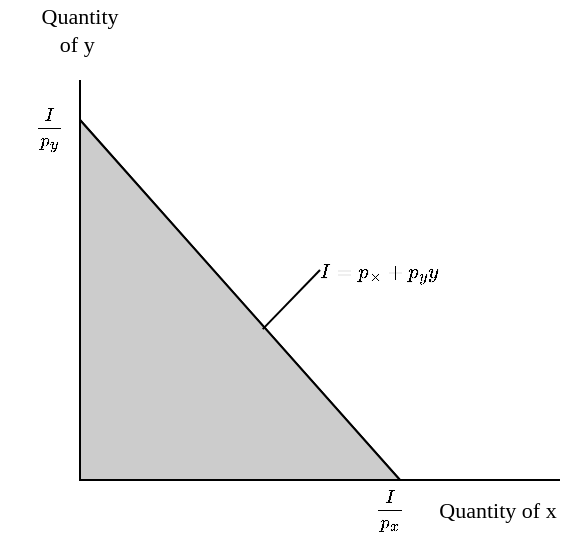
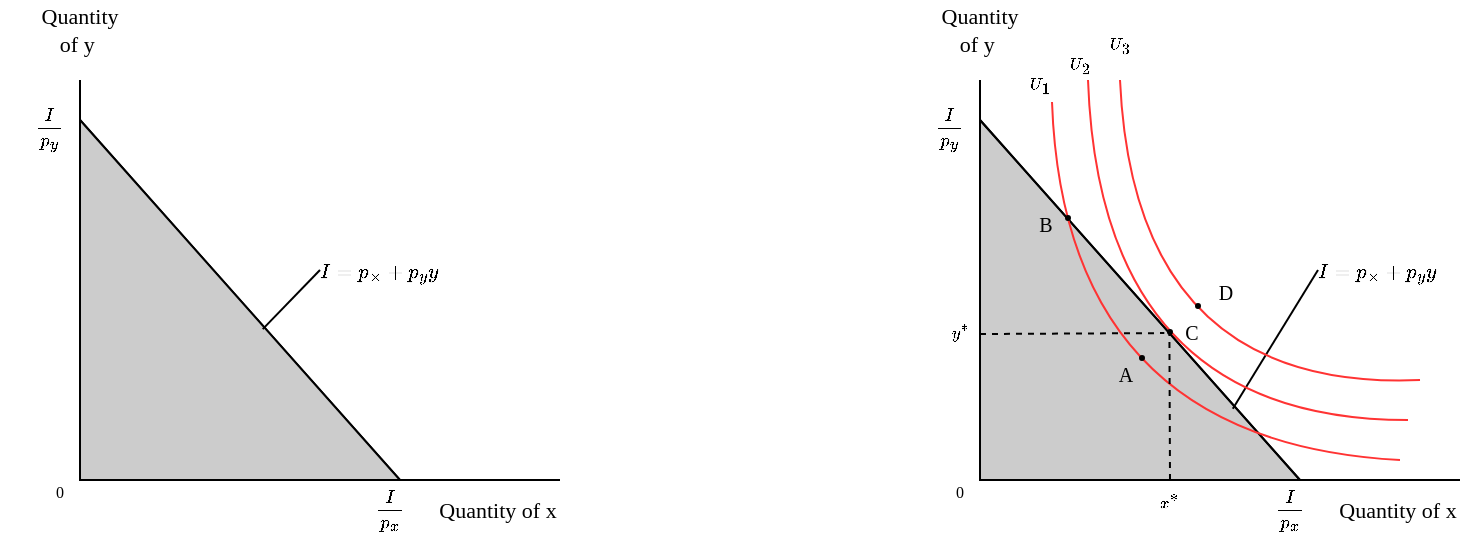
<mxfile host="app.diagrams.net">
  <diagram name="第 1 页" id="rVD2owS_2f3hyvUlyj3O">
-     <mxGraphModel dx="999" dy="425" grid="1" gridSize="10" guides="1" tooltips="1" connect="1" arrows="1" fold="1" page="1" pageScale="1" pageWidth="827" pageHeight="1169" math="1" shadow="0">
+     <mxGraphModel dx="553" dy="304" grid="1" gridSize="10" guides="1" tooltips="1" connect="1" arrows="1" fold="1" page="1" pageScale="1" pageWidth="827" pageHeight="1169" math="1" shadow="0">
      <root>
        <mxCell id="0" />
        <mxCell id="1" parent="0" />
        <mxCell id="XGt2oDZmyKcjc_1oCb_j-1" edge="1" parent="1" style="endArrow=none;html=1;rounded=0;" value="">
          <mxGeometry height="50" relative="1" width="50" as="geometry">
            <mxPoint x="160" y="280" as="sourcePoint" />
            <mxPoint x="400" y="280" as="targetPoint" />
          </mxGeometry>
        </mxCell>
        <mxCell id="XGt2oDZmyKcjc_1oCb_j-2" edge="1" parent="1" style="endArrow=none;html=1;rounded=0;" value="">
          <mxGeometry height="50" relative="1" width="50" as="geometry">
            <mxPoint x="160" y="280" as="sourcePoint" />
            <mxPoint x="160" y="80" as="targetPoint" />
          </mxGeometry>
        </mxCell>
        <mxCell id="XGt2oDZmyKcjc_1oCb_j-3" parent="1" style="text;html=1;whiteSpace=wrap;strokeColor=none;fillColor=none;align=center;verticalAlign=middle;rounded=0;fontSize=11;" value="&lt;font face=&quot;Times New Roman&quot;&gt;Quantity of x&lt;/font&gt;" vertex="1">
          <mxGeometry height="30" width="80" x="329" y="280" as="geometry" />
        </mxCell>
        <mxCell id="XGt2oDZmyKcjc_1oCb_j-4" parent="1" style="text;html=1;whiteSpace=wrap;strokeColor=none;fillColor=none;align=center;verticalAlign=middle;rounded=0;fontSize=11;" value="&lt;font face=&quot;Times New Roman&quot;&gt;Quantity&lt;/font&gt;&lt;div&gt;&lt;font face=&quot;Times New Roman&quot;&gt;of y&amp;nbsp;&lt;/font&gt;&lt;/div&gt;" vertex="1">
          <mxGeometry height="30" width="80" x="120" y="40" as="geometry" />
        </mxCell>
        <mxCell id="XGt2oDZmyKcjc_1oCb_j-5" edge="1" parent="1" style="endArrow=none;html=1;rounded=0;" value="">
          <mxGeometry height="50" relative="1" width="50" as="geometry">
            <mxPoint x="160" y="100" as="sourcePoint" />
            <mxPoint x="320" y="280" as="targetPoint" />
          </mxGeometry>
        </mxCell>
        <mxCell id="XGt2oDZmyKcjc_1oCb_j-7" parent="1" style="verticalLabelPosition=bottom;verticalAlign=top;html=1;shape=mxgraph.basic.orthogonal_triangle;fillColor=#CCCCCC;" value="" vertex="1">
          <mxGeometry height="180" width="160" x="160" y="100" as="geometry" />
        </mxCell>
        <mxCell id="XGt2oDZmyKcjc_1oCb_j-8" parent="1" style="text;html=1;whiteSpace=wrap;strokeColor=none;fillColor=none;align=center;verticalAlign=middle;rounded=0;" value="&lt;font face=&quot;Times New Roman&quot; style=&quot;font-size: 9px;&quot;&gt;`\frac{I}{p_y}`&lt;/font&gt;" vertex="1">
          <mxGeometry height="30" width="30" x="130" y="90" as="geometry" />
        </mxCell>
        <mxCell id="XGt2oDZmyKcjc_1oCb_j-9" parent="1" style="text;html=1;whiteSpace=wrap;strokeColor=none;fillColor=none;align=center;verticalAlign=middle;rounded=0;" value="&lt;font face=&quot;Times New Roman&quot; style=&quot;font-size: 9px;&quot;&gt;`\frac{I}{p_x}`&lt;/font&gt;" vertex="1">
          <mxGeometry height="30" width="30" x="300" y="280" as="geometry" />
        </mxCell>
        <mxCell id="XGt2oDZmyKcjc_1oCb_j-10" parent="1" style="text;html=1;whiteSpace=wrap;strokeColor=none;fillColor=none;align=center;verticalAlign=middle;rounded=0;" value="&lt;font face=&quot;Times New Roman&quot;&gt;&lt;span style=&quot;font-size: 10px;&quot;&gt;`I=p_xx+p_yy`&lt;/span&gt;&lt;/font&gt;" vertex="1">
          <mxGeometry height="30" width="60" x="280" y="160" as="geometry" />
        </mxCell>
        <mxCell id="XGt2oDZmyKcjc_1oCb_j-11" edge="1" parent="1" source="XGt2oDZmyKcjc_1oCb_j-10" style="rounded=0;orthogonalLoop=1;jettySize=auto;html=1;entryX=0.571;entryY=0.581;entryDx=0;entryDy=0;entryPerimeter=0;endArrow=none;endFill=0;exitX=0;exitY=0.5;exitDx=0;exitDy=0;" target="XGt2oDZmyKcjc_1oCb_j-7">
          <mxGeometry relative="1" as="geometry" />
        </mxCell>
+         <mxCell id="ITpWLFl8DZScjxPsJFJA-1" edge="1" parent="1" style="endArrow=none;html=1;rounded=0;" value="">
+           <mxGeometry height="50" relative="1" width="50" as="geometry">
+             <mxPoint x="610" y="280" as="sourcePoint" />
+             <mxPoint x="850" y="280" as="targetPoint" />
+           </mxGeometry>
+         </mxCell>
+         <mxCell id="ITpWLFl8DZScjxPsJFJA-2" edge="1" parent="1" style="endArrow=none;html=1;rounded=0;" value="">
+           <mxGeometry height="50" relative="1" width="50" as="geometry">
+             <mxPoint x="610" y="280" as="sourcePoint" />
+             <mxPoint x="610" y="80" as="targetPoint" />
+           </mxGeometry>
+         </mxCell>
+         <mxCell id="ITpWLFl8DZScjxPsJFJA-3" parent="1" style="text;html=1;whiteSpace=wrap;strokeColor=none;fillColor=none;align=center;verticalAlign=middle;rounded=0;fontSize=11;" value="&lt;font face=&quot;Times New Roman&quot;&gt;Quantity of x&lt;/font&gt;" vertex="1">
+           <mxGeometry height="30" width="80" x="779" y="280" as="geometry" />
+         </mxCell>
+         <mxCell id="ITpWLFl8DZScjxPsJFJA-6" parent="1" style="verticalLabelPosition=bottom;verticalAlign=top;html=1;shape=mxgraph.basic.orthogonal_triangle;fillColor=#CCCCCC;" value="" vertex="1">
+           <mxGeometry height="180" width="160" x="610" y="100" as="geometry" />
+         </mxCell>
+         <mxCell id="ITpWLFl8DZScjxPsJFJA-4" parent="1" style="text;html=1;whiteSpace=wrap;strokeColor=none;fillColor=none;align=center;verticalAlign=middle;rounded=0;fontSize=11;" value="&lt;font face=&quot;Times New Roman&quot;&gt;Quantity&lt;/font&gt;&lt;div&gt;&lt;font face=&quot;Times New Roman&quot;&gt;of y&amp;nbsp;&lt;/font&gt;&lt;/div&gt;" vertex="1">
+           <mxGeometry height="30" width="80" x="570" y="40" as="geometry" />
+         </mxCell>
+         <mxCell id="ITpWLFl8DZScjxPsJFJA-5" edge="1" parent="1" style="endArrow=none;html=1;rounded=0;" value="">
+           <mxGeometry height="50" relative="1" width="50" as="geometry">
+             <mxPoint x="610" y="100" as="sourcePoint" />
+             <mxPoint x="770" y="280" as="targetPoint" />
+           </mxGeometry>
+         </mxCell>
+         <mxCell id="ITpWLFl8DZScjxPsJFJA-7" parent="1" style="text;html=1;whiteSpace=wrap;strokeColor=none;fillColor=none;align=center;verticalAlign=middle;rounded=0;" value="&lt;font face=&quot;Times New Roman&quot; style=&quot;font-size: 9px;&quot;&gt;`\frac{I}{p_y}`&lt;/font&gt;" vertex="1">
+           <mxGeometry height="30" width="30" x="580" y="90" as="geometry" />
+         </mxCell>
+         <mxCell id="ITpWLFl8DZScjxPsJFJA-8" parent="1" style="text;html=1;whiteSpace=wrap;strokeColor=none;fillColor=none;align=center;verticalAlign=middle;rounded=0;" value="&lt;font face=&quot;Times New Roman&quot; style=&quot;font-size: 9px;&quot;&gt;`\frac{I}{p_x}`&lt;/font&gt;" vertex="1">
+           <mxGeometry height="30" width="30" x="750" y="280" as="geometry" />
+         </mxCell>
+         <mxCell id="ITpWLFl8DZScjxPsJFJA-9" parent="1" style="text;html=1;whiteSpace=wrap;strokeColor=none;fillColor=none;align=center;verticalAlign=middle;rounded=0;" value="&lt;font face=&quot;Times New Roman&quot;&gt;&lt;span style=&quot;font-size: 10px;&quot;&gt;`I=p_xx+p_yy`&lt;/span&gt;&lt;/font&gt;" vertex="1">
+           <mxGeometry height="30" width="60" x="779" y="160" as="geometry" />
+         </mxCell>
+         <mxCell id="ITpWLFl8DZScjxPsJFJA-10" edge="1" parent="1" source="ITpWLFl8DZScjxPsJFJA-9" style="rounded=0;orthogonalLoop=1;jettySize=auto;html=1;entryX=0.79;entryY=0.802;entryDx=0;entryDy=0;entryPerimeter=0;endArrow=none;endFill=0;exitX=0;exitY=0.5;exitDx=0;exitDy=0;" target="ITpWLFl8DZScjxPsJFJA-6">
+           <mxGeometry relative="1" as="geometry" />
+         </mxCell>
+         <mxCell id="ITpWLFl8DZScjxPsJFJA-11" edge="1" parent="1" style="endArrow=none;html=1;rounded=0;curved=1;strokeColor=#FF3333;" value="">
+           <mxGeometry height="50" relative="1" width="50" as="geometry">
+             <Array as="points">
+               <mxPoint x="670" y="250" />
+             </Array>
+             <mxPoint x="824" y="250" as="sourcePoint" />
+             <mxPoint x="664" y="80" as="targetPoint" />
+           </mxGeometry>
+         </mxCell>
+         <mxCell id="ITpWLFl8DZScjxPsJFJA-12" edge="1" parent="1" style="endArrow=none;html=1;rounded=0;curved=1;strokeColor=#FF3333;" value="">
+           <mxGeometry height="50" relative="1" width="50" as="geometry">
+             <Array as="points">
+               <mxPoint x="652" y="261" />
+             </Array>
+             <mxPoint x="820" y="270" as="sourcePoint" />
+             <mxPoint x="646" y="91" as="targetPoint" />
+           </mxGeometry>
+         </mxCell>
+         <mxCell id="ITpWLFl8DZScjxPsJFJA-13" edge="1" parent="1" style="endArrow=none;html=1;rounded=0;curved=1;strokeColor=#FF3333;" value="">
+           <mxGeometry height="50" relative="1" width="50" as="geometry">
+             <Array as="points">
+               <mxPoint x="687" y="236" />
+             </Array>
+             <mxPoint x="830" y="230" as="sourcePoint" />
+             <mxPoint x="680" y="80" as="targetPoint" />
+           </mxGeometry>
+         </mxCell>
+         <mxCell id="ITpWLFl8DZScjxPsJFJA-14" parent="1" style="text;html=1;whiteSpace=wrap;strokeColor=none;fillColor=none;align=center;verticalAlign=middle;rounded=0;" value="&lt;font face=&quot;Times New Roman&quot; style=&quot;font-size: 8px;&quot;&gt;`U_1`&lt;/font&gt;" vertex="1">
+           <mxGeometry height="20" width="20" x="630" y="70" as="geometry" />
+         </mxCell>
+         <mxCell id="ITpWLFl8DZScjxPsJFJA-15" parent="1" style="text;html=1;whiteSpace=wrap;strokeColor=none;fillColor=none;align=center;verticalAlign=middle;rounded=0;" value="&lt;font face=&quot;Times New Roman&quot; style=&quot;font-size: 8px;&quot;&gt;`U_2`&lt;/font&gt;" vertex="1">
+           <mxGeometry height="20" width="20" x="650" y="60" as="geometry" />
+         </mxCell>
+         <mxCell id="ITpWLFl8DZScjxPsJFJA-16" parent="1" style="text;html=1;whiteSpace=wrap;strokeColor=none;fillColor=none;align=center;verticalAlign=middle;rounded=0;" value="&lt;font face=&quot;Times New Roman&quot; style=&quot;font-size: 8px;&quot;&gt;`U_3`&lt;/font&gt;" vertex="1">
+           <mxGeometry height="20" width="20" x="670" y="50" as="geometry" />
+         </mxCell>
+         <mxCell id="ITpWLFl8DZScjxPsJFJA-17" parent="1" style="ellipse;whiteSpace=wrap;html=1;aspect=fixed;fillColor=#000000;" value="" vertex="1">
+           <mxGeometry height="2" width="2" x="704" y="205" as="geometry" />
+         </mxCell>
+         <mxCell id="ITpWLFl8DZScjxPsJFJA-18" parent="1" style="text;html=1;whiteSpace=wrap;strokeColor=none;fillColor=none;align=center;verticalAlign=middle;rounded=0;" value="&lt;font face=&quot;Times New Roman&quot;&gt;&lt;span style=&quot;font-size: 10px;&quot;&gt;C&lt;/span&gt;&lt;/font&gt;" vertex="1">
+           <mxGeometry height="16" width="14" x="709" y="198" as="geometry" />
+         </mxCell>
+         <mxCell id="ITpWLFl8DZScjxPsJFJA-19" parent="1" style="text;html=1;whiteSpace=wrap;strokeColor=none;fillColor=none;align=center;verticalAlign=middle;rounded=0;" value="&lt;font face=&quot;Times New Roman&quot;&gt;&lt;span style=&quot;font-size: 10px;&quot;&gt;B&lt;/span&gt;&lt;/font&gt;" vertex="1">
+           <mxGeometry height="16" width="14" x="636" y="144" as="geometry" />
+         </mxCell>
+         <mxCell id="ITpWLFl8DZScjxPsJFJA-20" parent="1" style="text;html=1;whiteSpace=wrap;strokeColor=none;fillColor=none;align=center;verticalAlign=middle;rounded=0;" value="&lt;font face=&quot;Times New Roman&quot;&gt;&lt;span style=&quot;font-size: 10px;&quot;&gt;A&lt;/span&gt;&lt;/font&gt;" vertex="1">
+           <mxGeometry height="16" width="14" x="676" y="219" as="geometry" />
+         </mxCell>
+         <mxCell id="ITpWLFl8DZScjxPsJFJA-21" parent="1" style="text;html=1;whiteSpace=wrap;strokeColor=none;fillColor=none;align=center;verticalAlign=middle;rounded=0;" value="&lt;font face=&quot;Times New Roman&quot;&gt;&lt;span style=&quot;font-size: 10px;&quot;&gt;D&lt;/span&gt;&lt;/font&gt;" vertex="1">
+           <mxGeometry height="16" width="14" x="726" y="178" as="geometry" />
+         </mxCell>
+         <mxCell id="ITpWLFl8DZScjxPsJFJA-22" parent="1" style="ellipse;whiteSpace=wrap;html=1;aspect=fixed;fillColor=#000000;" value="" vertex="1">
+           <mxGeometry height="2" width="2" x="718" y="192.00000000000006" as="geometry" />
+         </mxCell>
+         <mxCell id="ITpWLFl8DZScjxPsJFJA-23" parent="1" style="ellipse;whiteSpace=wrap;html=1;aspect=fixed;fillColor=#000000;" value="" vertex="1">
+           <mxGeometry height="2" width="2" x="690" y="218.00000000000006" as="geometry" />
+         </mxCell>
+         <mxCell id="ITpWLFl8DZScjxPsJFJA-24" parent="1" style="ellipse;whiteSpace=wrap;html=1;aspect=fixed;fillColor=#000000;" value="" vertex="1">
+           <mxGeometry height="2" width="2" x="653" y="148.00000000000006" as="geometry" />
+         </mxCell>
+         <mxCell id="ITpWLFl8DZScjxPsJFJA-25" edge="1" parent="1" style="endArrow=none;dashed=1;html=1;rounded=0;entryX=0.576;entryY=0.603;entryDx=0;entryDy=0;entryPerimeter=0;strokeWidth=1;" value="">
+           <mxGeometry height="50" relative="1" width="50" as="geometry">
+             <mxPoint x="610" y="207" as="sourcePoint" />
+             <mxPoint x="702.1599999999999" y="206.53999999999996" as="targetPoint" />
+           </mxGeometry>
+         </mxCell>
+         <mxCell id="ITpWLFl8DZScjxPsJFJA-26" edge="1" parent="1" source="ITpWLFl8DZScjxPsJFJA-27" style="endArrow=none;dashed=1;html=1;rounded=0;entryX=1;entryY=1;entryDx=0;entryDy=0;exitX=0.5;exitY=0;exitDx=0;exitDy=0;" value="">
+           <mxGeometry height="50" relative="1" width="50" as="geometry">
+             <mxPoint x="704.52" y="281.43999999999994" as="sourcePoint" />
+             <mxPoint x="704.7071067812519" y="206.70710678125158" as="targetPoint" />
+           </mxGeometry>
+         </mxCell>
+         <mxCell id="ITpWLFl8DZScjxPsJFJA-27" parent="1" style="text;html=1;whiteSpace=wrap;strokeColor=none;fillColor=none;align=center;verticalAlign=middle;rounded=0;" value="&lt;font face=&quot;Times New Roman&quot; style=&quot;font-size: 8px;&quot;&gt;`x^\ast`&lt;/font&gt;" vertex="1">
+           <mxGeometry height="20" width="20" x="695" y="280" as="geometry" />
+         </mxCell>
+         <mxCell id="ITpWLFl8DZScjxPsJFJA-29" parent="1" style="text;html=1;whiteSpace=wrap;strokeColor=none;fillColor=none;align=center;verticalAlign=middle;rounded=0;" value="&lt;font face=&quot;Times New Roman&quot; style=&quot;font-size: 8px;&quot;&gt;`y^\ast`&lt;/font&gt;" vertex="1">
+           <mxGeometry height="20" width="20" x="590" y="195" as="geometry" />
+         </mxCell>
+         <mxCell id="ITpWLFl8DZScjxPsJFJA-30" parent="1" style="text;html=1;whiteSpace=wrap;strokeColor=none;fillColor=none;align=center;verticalAlign=middle;rounded=0;" value="&lt;font face=&quot;Times New Roman&quot; style=&quot;font-size: 8px;&quot;&gt;0&lt;/font&gt;" vertex="1">
+           <mxGeometry height="10" width="20" x="590" y="280" as="geometry" />
+         </mxCell>
+         <mxCell id="ITpWLFl8DZScjxPsJFJA-31" parent="1" style="text;html=1;whiteSpace=wrap;strokeColor=none;fillColor=none;align=center;verticalAlign=middle;rounded=0;" value="&lt;font face=&quot;Times New Roman&quot; style=&quot;font-size: 8px;&quot;&gt;0&lt;/font&gt;" vertex="1">
+           <mxGeometry height="10" width="20" x="140" y="280" as="geometry" />
+         </mxCell>
      </root>
    </mxGraphModel>
  </diagram>
</mxfile>
